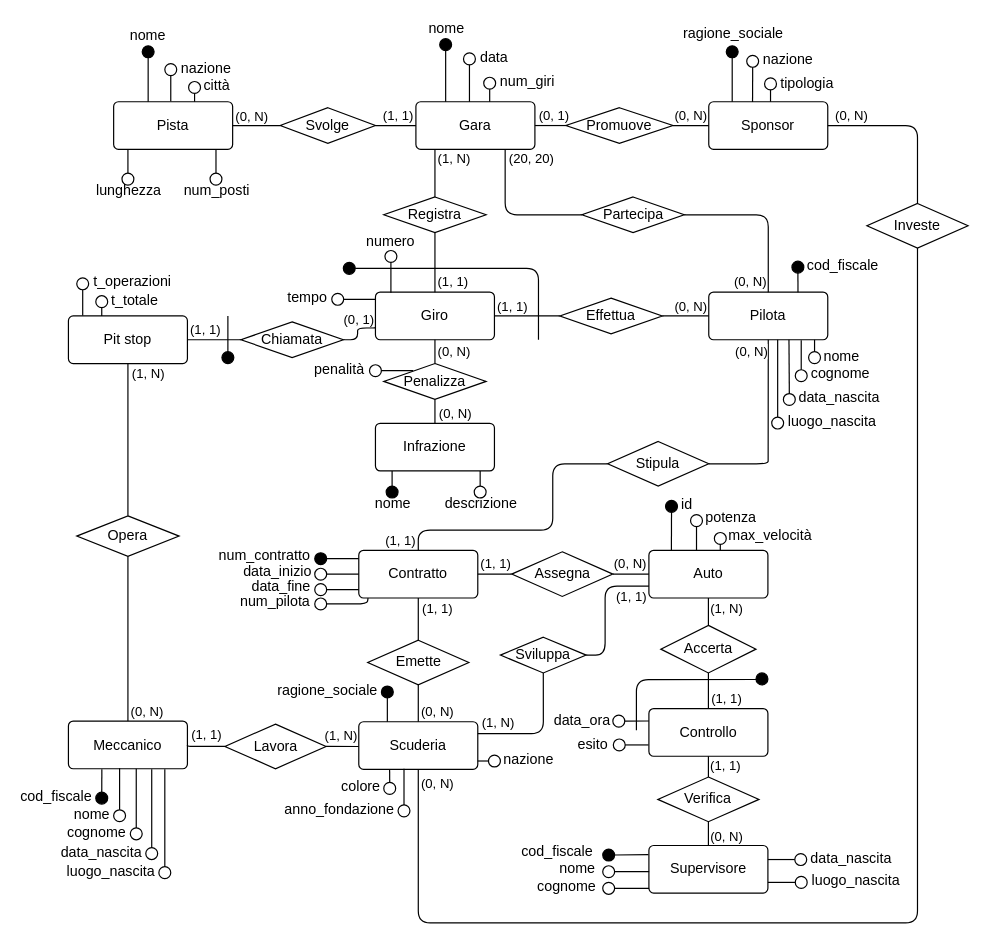
This is er/gare.drawio from NotXia/car-racing, a draw.io file, before an edit. Source tidied: cells renumbered, new cells numbered last; positions are measured from the earlier drawing's top-left corner, leaving out a move shared by most shapes. Both pictures are drawn from the tidied source at 119%, with x=0, y=0 at pixel (20, 23).
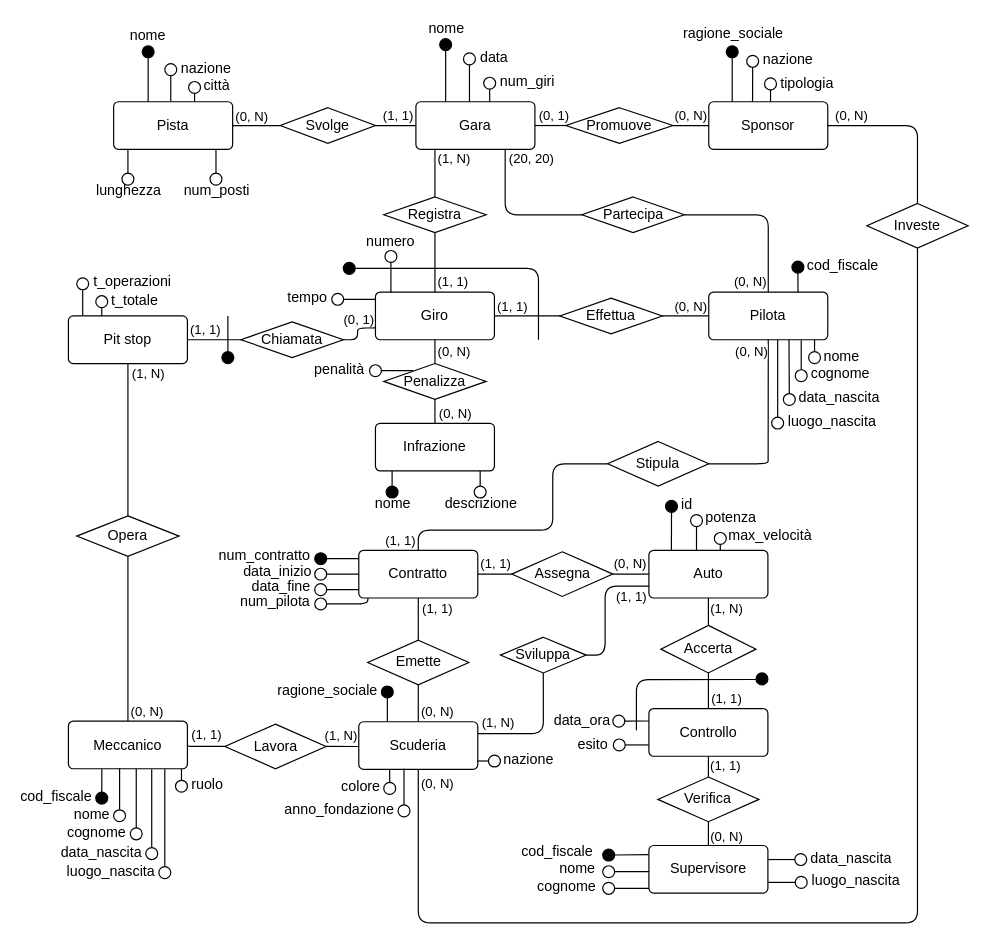
Above is the later version.

Change to the diagram source:
```diff
@@
+    <mxCell id="239" style="endArrow=none;html=1;rounded=0;strokeColor=default;entryX=0.5;entryY=0;entryDx=0;entryDy=0;" parent="1" edge="1" target="240">
+      <mxGeometry relative="1" as="geometry">
+        <mxPoint x="135" y="626.5" as="sourcePoint" />
+      </mxGeometry>
+    </mxCell>
+    <mxCell id="240" style="ellipse;whiteSpace=wrap;html=1;fillColor=none;" parent="1" vertex="1">
+      <mxGeometry x="130" y="636.2" width="10" height="10" as="geometry" />
+    </mxCell>
+    <mxCell id="241" value="ruolo" style="text;html=1;strokeColor=none;fillColor=none;align=center;verticalAlign=middle;whiteSpace=wrap;rounded=0;" parent="1" vertex="1">
+      <mxGeometry x="127" y="635.3" width="60" height="10" as="geometry" />
+    </mxCell>
```
